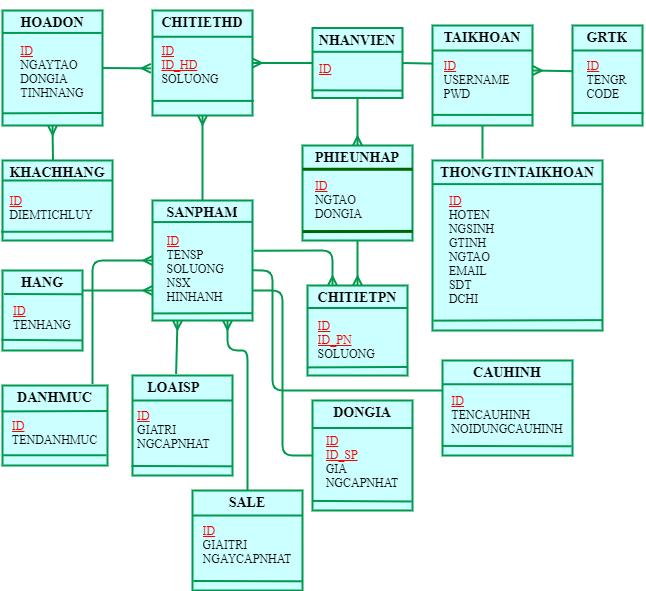
This is erd.drawio.png from sunny-THS/QlyBanDT, a draw.io export, as it was before one commit. Source tidied: cells renumbered, new cells last; positions are measured from the earlier drawing's top-left corner, leaving out a move shared by most shapes.
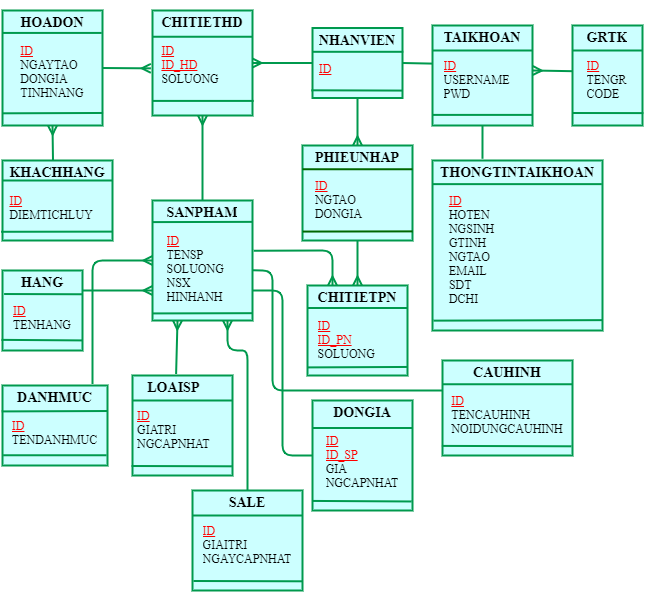
Above is the later version.

Diff of the diagram source:
```diff
@@ -86,10 +86,10 @@
     <mxCell id="29" value="&lt;h3&gt;&lt;font color=&quot;#000000&quot; face=&quot;Times New Roman&quot;&gt;PHIEUNHAP&lt;br&gt;&lt;/font&gt;&lt;/h3&gt;&lt;div style=&quot;text-align: left&quot;&gt;&lt;font face=&quot;Times New Roman&quot; color=&quot;#ff0000&quot;&gt;&lt;u&gt;ID&lt;/u&gt;&lt;/font&gt;&lt;/div&gt;&lt;div style=&quot;text-align: left&quot;&gt;&lt;font color=&quot;#000000&quot; face=&quot;Times New Roman&quot;&gt;NGTAO&lt;/font&gt;&lt;/div&gt;&lt;div style=&quot;text-align: left&quot;&gt;&lt;font color=&quot;#000000&quot; face=&quot;Times New Roman&quot;&gt;DONGIA&lt;/font&gt;&lt;/div&gt;" style="text;html=1;spacing=5;spacingTop=-20;whiteSpace=wrap;overflow=hidden;rounded=0;shadow=0;align=center;strokeWidth=2;fillColor=#CCFFFF;strokeColor=#00994D;" parent="1" vertex="1">
       <mxGeometry x="300" y="135" width="110" height="95" as="geometry" />
     </mxCell>
-    <mxCell id="30" style="endArrow=none;html=1;startSize=6;strokeWidth=3;exitX=0;exitY=0.25;exitDx=0;exitDy=0;entryX=1;entryY=0.25;entryDx=0;entryDy=0;strokeColor=#006600;" parent="1" edge="1" source="29" target="29">
+    <mxCell id="30" style="endArrow=none;html=1;startSize=6;strokeWidth=2;exitX=0;exitY=0.25;exitDx=0;exitDy=0;entryX=1;entryY=0.25;entryDx=0;entryDy=0;strokeColor=#006600;" parent="1" edge="1" source="29" target="29">
       <mxGeometry relative="1" as="geometry" />
     </mxCell>
-    <mxCell id="31" style="endArrow=none;html=1;startSize=6;strokeWidth=3;entryX=1.001;entryY=0.904;entryDx=0;entryDy=0;entryPerimeter=0;exitX=0.002;exitY=0.906;exitDx=0;exitDy=0;exitPerimeter=0;strokeColor=#006600;" parent="1" edge="1" source="29" target="29">
+    <mxCell id="31" style="endArrow=none;html=1;startSize=6;strokeWidth=2;entryX=1.001;entryY=0.904;entryDx=0;entryDy=0;entryPerimeter=0;exitX=0.002;exitY=0.906;exitDx=0;exitDy=0;exitPerimeter=0;strokeColor=#006600;" parent="1" edge="1" source="29" target="29">
       <mxGeometry relative="1" as="geometry" />
     </mxCell>
     <mxCell id="32" value="&lt;h3&gt;&lt;font color=&quot;#000000&quot; face=&quot;Times New Roman&quot;&gt;CHITIETPN&lt;br&gt;&lt;/font&gt;&lt;/h3&gt;&lt;div style=&quot;text-align: left&quot;&gt;&lt;font face=&quot;Times New Roman&quot; color=&quot;#ff0000&quot;&gt;&lt;u&gt;ID&lt;/u&gt;&lt;/font&gt;&lt;/div&gt;&lt;div style=&quot;text-align: left&quot;&gt;&lt;font face=&quot;Times New Roman&quot; color=&quot;#ff0000&quot;&gt;&lt;u&gt;ID_PN&lt;/u&gt;&lt;/font&gt;&lt;/div&gt;&lt;div style=&quot;text-align: left&quot;&gt;&lt;font color=&quot;#000000&quot; face=&quot;Times New Roman&quot;&gt;SOLUONG&lt;/font&gt;&lt;/div&gt;" style="text;html=1;spacing=5;spacingTop=-20;whiteSpace=wrap;overflow=hidden;rounded=0;shadow=0;align=center;fillColor=#CCFFFF;strokeWidth=2;strokeColor=#00994D;" parent="1" vertex="1">
```
